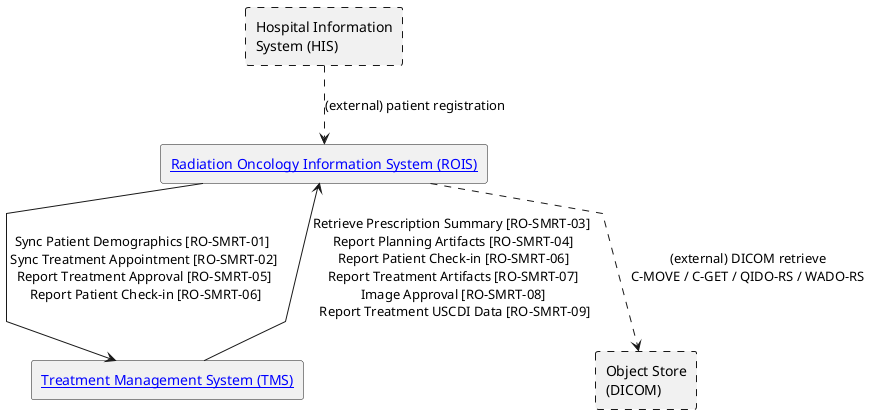
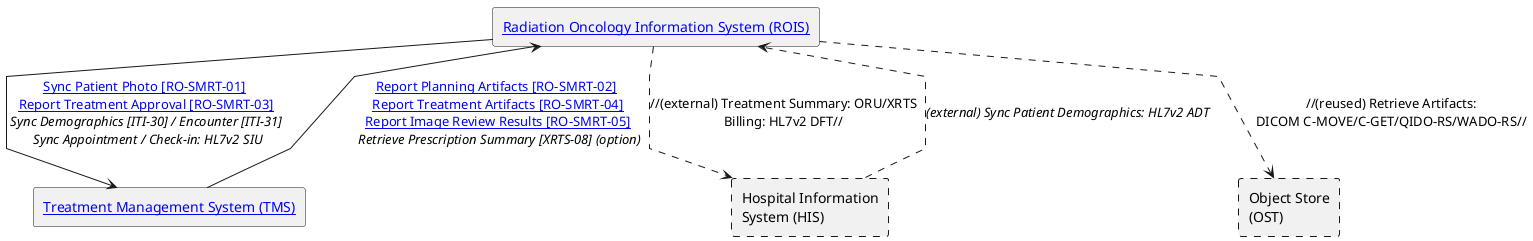
@startuml
' with below line the SVG is not scaled/zoomed to fit the outer frame
skinparam svgDimensionStyle true
'skinparam linetype ortho
skinparam linetype polyline
'skinparam ranksep 100
'scale max 200 width

agent "[[#radiation-oncology-information-system Radiation Oncology Information System (ROIS)]]" as ROIS
agent "[[#treatment-management-system Treatment Management System (TMS)]]" as TMS
agent "Hospital Information\nSystem (HIS)" as HIS #line.dashed
- agent "Object Store\n(DICOM)" as OST #line.dashed
+ agent "Object Store\n(OST)" as OST #line.dashed

- HIS .down.> ROIS : (external) patient registration
- ROIS -down-> TMS : Sync Patient Demographics [RO-SMRT-01] \n Sync Treatment Appointment [RO-SMRT-02] \n Report Treatment Approval [RO-SMRT-05] \n Report Patient Check-in [RO-SMRT-06]
- TMS -up-> ROIS : Retrieve Prescription Summary [RO-SMRT-03] \n Report Planning Artifacts [RO-SMRT-04] \n Report Patient Check-in [RO-SMRT-06] \n Report Treatment Artifacts [RO-SMRT-07] \n Image Approval [RO-SMRT-08] \n Report Treatment USCDI Data [RO-SMRT-09]
- ROIS .down.> OST : (external) DICOM retrieve\nC-MOVE / C-GET / QIDO-RS / WADO-RS
+ HIS .down.> ROIS : //(external) Sync Patient Demographics: HL7v2 ADT//
+ ROIS -down-> TMS : [[RO-SMRT-01.html Sync Patient Photo ~[RO-SMRT-01~]]] \n [[RO-SMRT-03.html Report Treatment Approval ~[RO-SMRT-03~]]] \n //Sync Demographics ~[ITI-30~] / Encounter ~[ITI-31~]// \n //Sync Appointment / Check-in: HL7v2 SIU//
+ TMS -up-> ROIS : [[RO-SMRT-02.html Report Planning Artifacts ~[RO-SMRT-02~]]] \n [[RO-SMRT-04.html Report Treatment Artifacts ~[RO-SMRT-04~]]] \n [[RO-SMRT-05.html Report Image Review Results ~[RO-SMRT-05~]]] \n //Retrieve Prescription Summary ~[XRTS-08~] (option)//
+ ROIS .down.> OST : //(reused) Retrieve Artifacts:\nDICOM C-MOVE/C-GET/QIDO-RS/WADO-RS//
+ ROIS .down.> HIS : //(external) Treatment Summary: ORU/XRTS\nBilling: HL7v2 DFT//
@enduml
